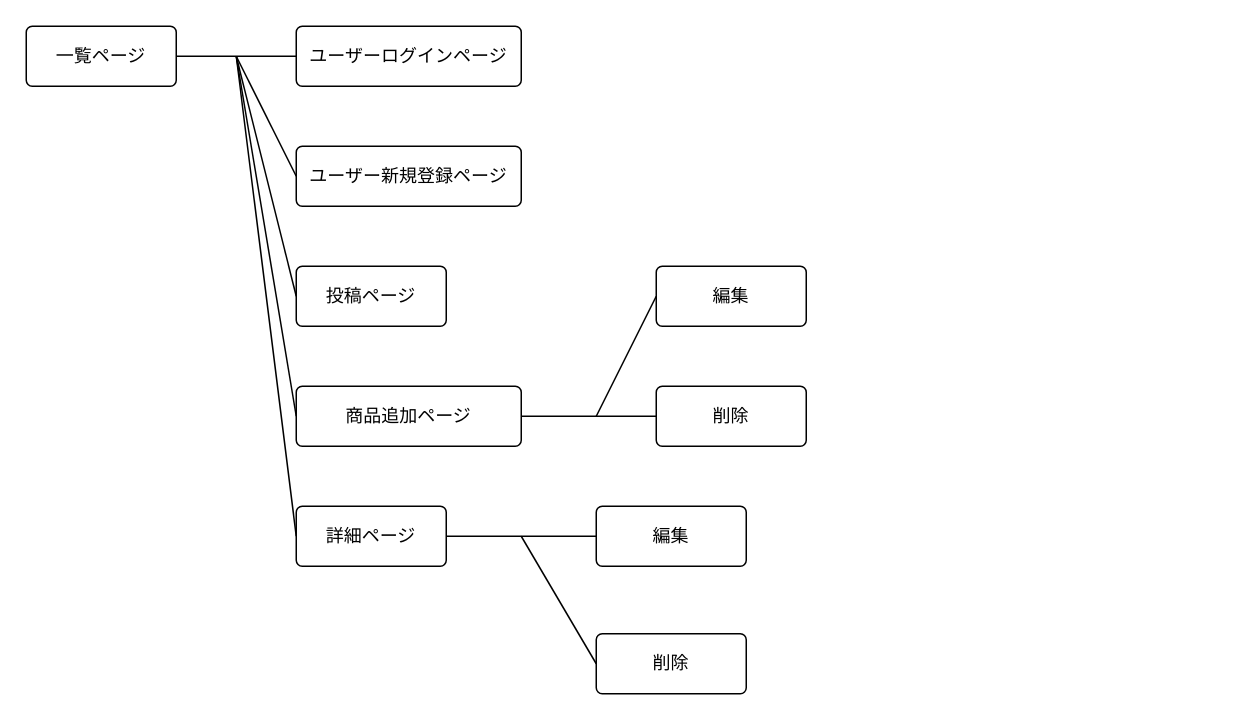
This is drawing.dio from 2316hako/assessment1, a draw.io file, before an edit. Source tidied: cells renumbered, new cells numbered last; positions are measured from the earlier drawing's top-left corner, leaving out a move shared by most shapes. Both pictures are drawn from the tidied source at 150%, with x=0, y=0 at pixel (26, 26).
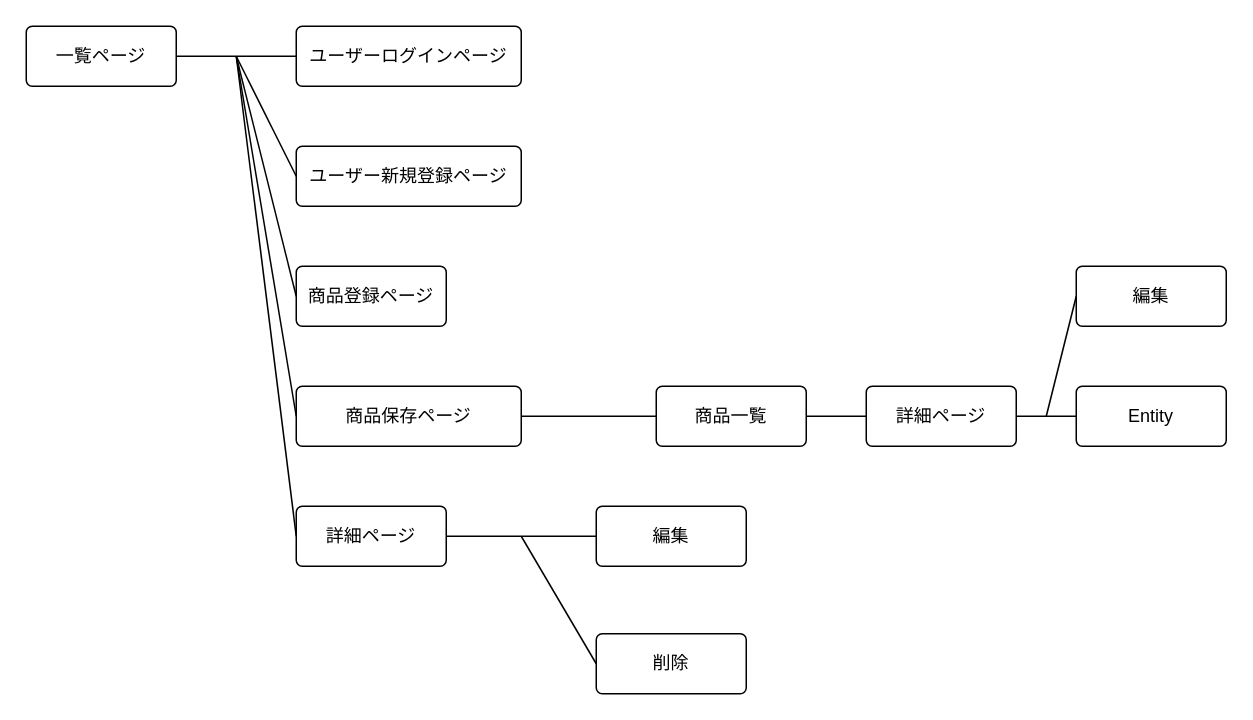
After the change.

The edit, as a diff of the source:
```diff
@@
-    <mxCell id="8" value="投稿ページ" style="rounded=1;arcSize=10;whiteSpace=wrap;html=1;align=center;" parent="1" vertex="1">
+    <mxCell id="8" value="商品登録ページ" style="rounded=1;arcSize=10;whiteSpace=wrap;html=1;align=center;" parent="1" vertex="1">
       <mxGeometry x="180" y="160" width="100" height="40" as="geometry" />
     </mxCell>
@@
-    <mxCell id="14" value="商品追加ページ" style="rounded=1;arcSize=10;whiteSpace=wrap;html=1;align=center;" parent="1" vertex="1">
+    <mxCell id="14" value="商品保存ページ" style="rounded=1;arcSize=10;whiteSpace=wrap;html=1;align=center;" parent="1" vertex="1">
       <mxGeometry x="180" y="240" width="150" height="40" as="geometry" />
     </mxCell>
@@
+    <mxCell id="21" style="edgeStyle=none;html=1;exitX=1;exitY=0.5;exitDx=0;exitDy=0;entryX=0;entryY=0.5;entryDx=0;entryDy=0;endArrow=none;endFill=0;" parent="1" edge="1" source="18" target="25">
+      <mxGeometry relative="1" as="geometry" />
+    </mxCell>
-    <mxCell id="18" value="削除" style="rounded=1;arcSize=10;whiteSpace=wrap;html=1;align=center;" parent="1" vertex="1">
+    <mxCell id="18" value="商品一覧" style="rounded=1;arcSize=10;whiteSpace=wrap;html=1;align=center;" parent="1" vertex="1">
       <mxGeometry x="420" y="240" width="100" height="40" as="geometry" />
     </mxCell>
-    <mxCell id="19" style="edgeStyle=none;html=1;exitX=0;exitY=0.5;exitDx=0;exitDy=0;endArrow=none;endFill=0;" parent="1" edge="1" source="20">
-      <mxGeometry relative="1" as="geometry">
-        <mxPoint x="380" y="260" as="targetPoint" />
-      </mxGeometry>
-    </mxCell>
+    <mxCell id="22" style="edgeStyle=none;html=1;exitX=0;exitY=0.5;exitDx=0;exitDy=0;endArrow=none;endFill=0;" parent="1" edge="1" source="20">
+      <mxGeometry relative="1" as="geometry">
+        <mxPoint x="680" y="260" as="targetPoint" />
+      </mxGeometry>
+    </mxCell>
     <mxCell id="20" value="編集" style="rounded=1;arcSize=10;whiteSpace=wrap;html=1;align=center;" parent="1" vertex="1">
-      <mxGeometry x="420" y="160" width="100" height="40" as="geometry" />
+      <mxGeometry x="700" y="160" width="100" height="40" as="geometry" />
     </mxCell>
+    <mxCell id="23" value="Entity" style="rounded=1;arcSize=10;whiteSpace=wrap;html=1;align=center;" parent="1" vertex="1">
+      <mxGeometry x="700" y="240" width="100" height="40" as="geometry" />
+    </mxCell>
+    <mxCell id="24" style="edgeStyle=none;html=1;exitX=1;exitY=0.5;exitDx=0;exitDy=0;endArrow=none;endFill=0;" parent="1" edge="1" source="25">
+      <mxGeometry relative="1" as="geometry">
+        <mxPoint x="700" y="260" as="targetPoint" />
+      </mxGeometry>
+    </mxCell>
+    <mxCell id="25" value="詳細ページ" style="rounded=1;arcSize=10;whiteSpace=wrap;html=1;align=center;" parent="1" vertex="1">
+      <mxGeometry x="560" y="240" width="100" height="40" as="geometry" />
+    </mxCell>
```
